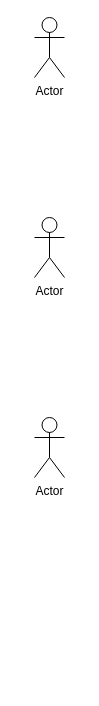
This is Scooter Use Case Diagram.drawio from GreyWoulf/Scooter-Project, a draw.io file, before an edit. Source tidied: cells renumbered, new cells numbered last; positions are measured from the earlier drawing's top-left corner, leaving out a move shared by most shapes. Both pictures are drawn from the tidied source at 100%, with x=0, y=0 at pixel (34, 17).
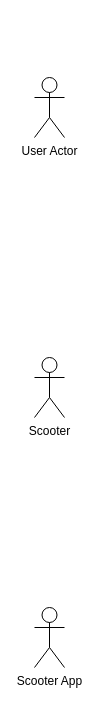
The same page after the edit.

What changed in the source:
```diff
@@
 <mxGraphModel>
   <root>
     <mxCell id="0" />
     <mxCell id="1" parent="0" />
-    <mxCell id="2" value="Actor" style="shape=umlActor;verticalLabelPosition=bottom;verticalAlign=top;html=1;" parent="1" vertex="1">
-      <mxGeometry width="30" height="60" as="geometry" />
+    <mxCell id="2" value="User Actor" style="shape=umlActor;verticalLabelPosition=bottom;verticalAlign=top;html=1;" parent="1" vertex="1">
+      <mxGeometry y="60" width="30" height="60" as="geometry" />
     </mxCell>
-    <mxCell id="3" value="Actor" style="shape=umlActor;verticalLabelPosition=bottom;verticalAlign=top;html=1;" parent="1" vertex="1">
-      <mxGeometry y="200" width="30" height="60" as="geometry" />
+    <mxCell id="3" value="Scooter" style="shape=umlActor;verticalLabelPosition=bottom;verticalAlign=top;html=1;" parent="1" vertex="1">
+      <mxGeometry y="340" width="30" height="60" as="geometry" />
     </mxCell>
-    <mxCell id="4" value="Actor" style="shape=umlActor;verticalLabelPosition=bottom;verticalAlign=top;html=1;" parent="1" vertex="1">
-      <mxGeometry y="400" width="30" height="60" as="geometry" />
+    <mxCell id="4" value="Scooter App" style="shape=umlActor;verticalLabelPosition=bottom;verticalAlign=top;html=1;" parent="1" vertex="1">
+      <mxGeometry y="590" width="30" height="60" as="geometry" />
     </mxCell>
   </root>
 </mxGraphModel>
```
